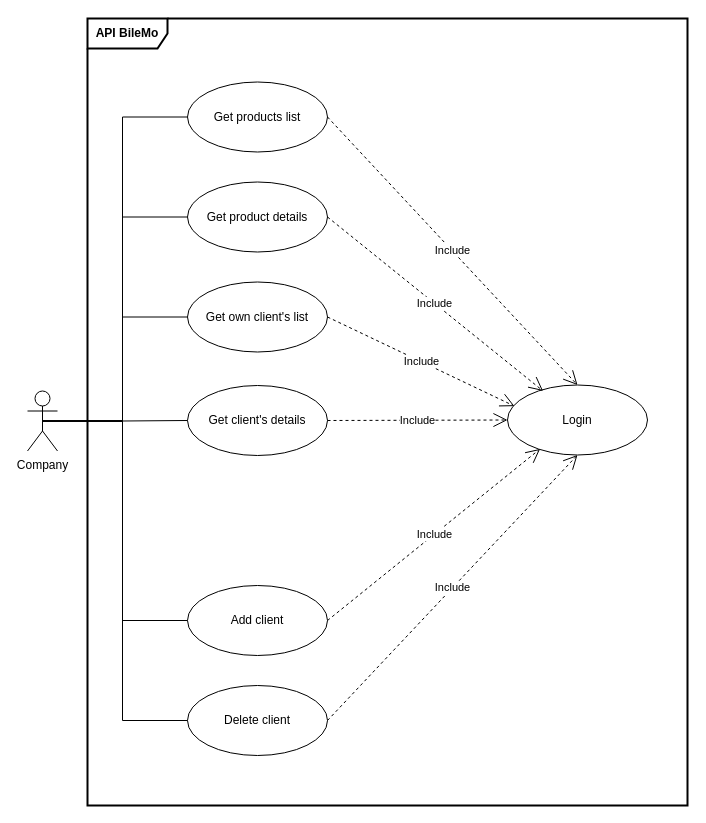
Above: page "API BileMo GET Request" (1 of 5) of Diagrammes/diagrammes.drawio in klaxurit/JuncaHugo_7_16122022 (draw.io), before the change. Source tidied: cells renumbered, new cells numbered last; positions are measured from the earlier drawing's top-left corner, leaving out a move shared by most shapes. Both pictures are drawn from the tidied source at 100%, with x=0, y=0 at pixel (27, 18).
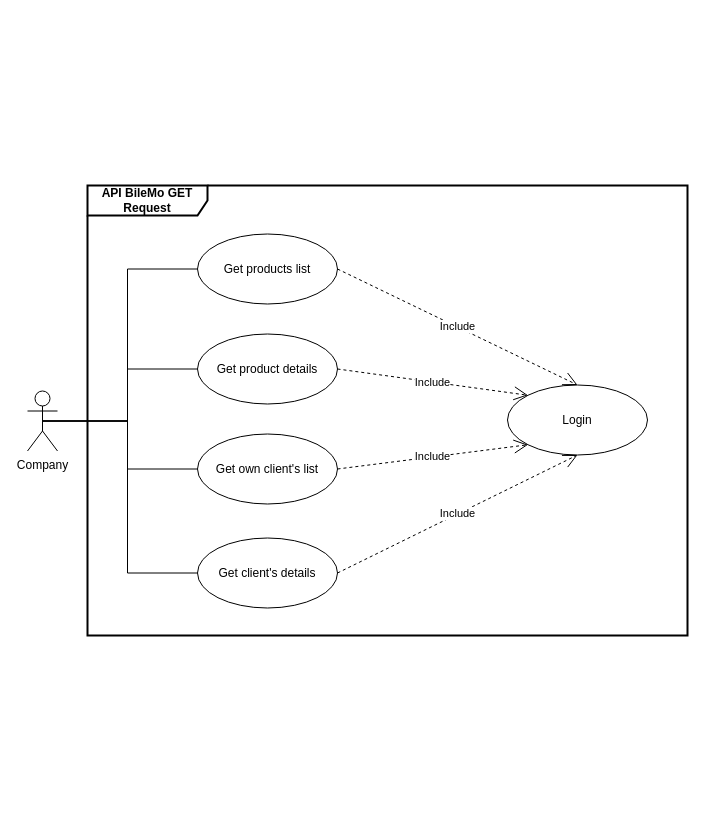
After the change.

The change refers to these unchanged cells:
```xml
<mxCell id="3" value="Company" style="shape=umlActor;verticalLabelPosition=bottom;verticalAlign=top;html=1;" parent="1" vertex="1">
  <mxGeometry y="372.5" width="30" height="60" as="geometry" />
</mxCell>
<mxCell id="7" value="Login" style="ellipse;whiteSpace=wrap;html=1;" parent="1" vertex="1">
  <mxGeometry x="480" y="366.5" width="140" height="70" as="geometry" />
</mxCell>
```

The edit, as a diff of the source:
```diff
@@
-    <mxCell id="2" value="&lt;b&gt;API BileMo&lt;/b&gt;" style="shape=umlFrame;whiteSpace=wrap;html=1;strokeWidth=2;width=80;height=30;" parent="1" vertex="1">
-      <mxGeometry x="60" width="600" height="787" as="geometry" />
+    <mxCell id="2" value="&lt;b&gt;API BileMo GET Request&lt;/b&gt;" style="shape=umlFrame;whiteSpace=wrap;html=1;strokeWidth=2;width=120;height=30;" parent="1" vertex="1">
+      <mxGeometry x="60" y="167" width="600" height="450" as="geometry" />
     </mxCell>
@@
     <mxCell id="4" value="Get products list" style="ellipse;whiteSpace=wrap;html=1;" parent="1" vertex="1">
-      <mxGeometry x="160" y="63.5" width="140" height="70" as="geometry" />
+      <mxGeometry x="170" y="215.5" width="140" height="70" as="geometry" />
     </mxCell>
     <mxCell id="5" value="Get product details" style="ellipse;whiteSpace=wrap;html=1;" parent="1" vertex="1">
-      <mxGeometry x="160" y="163.5" width="140" height="70" as="geometry" />
+      <mxGeometry x="170" y="315.5" width="140" height="70" as="geometry" />
     </mxCell>
     <mxCell id="6" value="Get client's details" style="ellipse;whiteSpace=wrap;html=1;" parent="1" vertex="1">
-      <mxGeometry x="160" y="367" width="140" height="70" as="geometry" />
+      <mxGeometry x="170" y="519.5" width="140" height="70" as="geometry" />
     </mxCell>
@@
-    <mxCell id="11" value="Include" style="endArrow=open;endSize=12;dashed=1;html=1;rounded=0;endFill=0;entryX=0;entryY=0.5;entryDx=0;entryDy=0;exitX=1;exitY=0.5;exitDx=0;exitDy=0;" parent="1" edge="1" source="6" target="7">
+    <mxCell id="11" value="Include" style="endArrow=open;endSize=12;dashed=1;html=1;rounded=0;endFill=0;entryX=0.5;entryY=1;entryDx=0;entryDy=0;exitX=1;exitY=0.5;exitDx=0;exitDy=0;" parent="1" edge="1" source="6" target="7">
       <mxGeometry relative="1" as="geometry" />
     </mxCell>
-    <mxCell id="12" value="Include" style="endArrow=open;endSize=12;dashed=1;html=1;rounded=0;endFill=0;entryX=0.254;entryY=0.085;entryDx=0;entryDy=0;exitX=1;exitY=0.5;exitDx=0;exitDy=0;entryPerimeter=0;" parent="1" edge="1" source="5" target="7">
+    <mxCell id="12" value="Include" style="endArrow=open;endSize=12;dashed=1;html=1;rounded=0;endFill=0;entryX=0;entryY=0;entryDx=0;entryDy=0;exitX=1;exitY=0.5;exitDx=0;exitDy=0;" parent="1" edge="1" source="5" target="7">
       <mxGeometry relative="1" as="geometry" />
     </mxCell>
@@
     <mxCell id="14" value="Get own client's list" style="ellipse;whiteSpace=wrap;html=1;" parent="1" vertex="1">
-      <mxGeometry x="160" y="263.5" width="140" height="70" as="geometry" />
+      <mxGeometry x="170" y="415.5" width="140" height="70" as="geometry" />
     </mxCell>
@@
-    <mxCell id="16" value="Add client" style="ellipse;whiteSpace=wrap;html=1;" parent="1" vertex="1">
-      <mxGeometry x="160" y="567" width="140" height="70" as="geometry" />
-    </mxCell>
-    <mxCell id="17" value="Delete client" style="ellipse;whiteSpace=wrap;html=1;" parent="1" vertex="1">
-      <mxGeometry x="160" y="667" width="140" height="70" as="geometry" />
-    </mxCell>
-    <mxCell id="18" style="endArrow=none;html=1;rounded=0;exitX=0.5;exitY=0.5;exitDx=0;exitDy=0;exitPerimeter=0;entryX=0;entryY=0.5;entryDx=0;entryDy=0;edgeStyle=orthogonalEdgeStyle;" parent="1" edge="1" source="3" target="16">
-      <mxGeometry relative="1" as="geometry" />
-    </mxCell>
-    <mxCell id="19" style="endArrow=none;html=1;rounded=0;exitX=0.5;exitY=0.5;exitDx=0;exitDy=0;exitPerimeter=0;entryX=0;entryY=0.5;entryDx=0;entryDy=0;edgeStyle=orthogonalEdgeStyle;" parent="1" edge="1" source="3" target="17">
-      <mxGeometry relative="1" as="geometry" />
-    </mxCell>
-    <mxCell id="20" value="Include" style="endArrow=open;endSize=12;dashed=1;html=1;rounded=0;endFill=0;entryX=0.05;entryY=0.302;entryDx=0;entryDy=0;exitX=1;exitY=0.5;exitDx=0;exitDy=0;entryPerimeter=0;" parent="1" edge="1" source="14" target="7">
+    <mxCell id="20" value="Include" style="endArrow=open;endSize=12;dashed=1;html=1;rounded=0;endFill=0;entryX=0;entryY=1;entryDx=0;entryDy=0;exitX=1;exitY=0.5;exitDx=0;exitDy=0;" parent="1" edge="1" source="14" target="7">
       <mxGeometry relative="1" as="geometry" />
     </mxCell>
-    <mxCell id="21" value="Include" style="endArrow=open;endSize=12;dashed=1;html=1;rounded=0;endFill=0;exitX=1;exitY=0.5;exitDx=0;exitDy=0;entryX=0.233;entryY=0.913;entryDx=0;entryDy=0;entryPerimeter=0;" parent="1" edge="1" source="16" target="7">
-      <mxGeometry relative="1" as="geometry" />
-    </mxCell>
-    <mxCell id="22" value="Include" style="endArrow=open;endSize=12;dashed=1;html=1;rounded=0;endFill=0;exitX=1;exitY=0.5;exitDx=0;exitDy=0;entryX=0.5;entryY=1;entryDx=0;entryDy=0;" parent="1" edge="1" source="17" target="7">
-      <mxGeometry relative="1" as="geometry" />
-    </mxCell>
```
